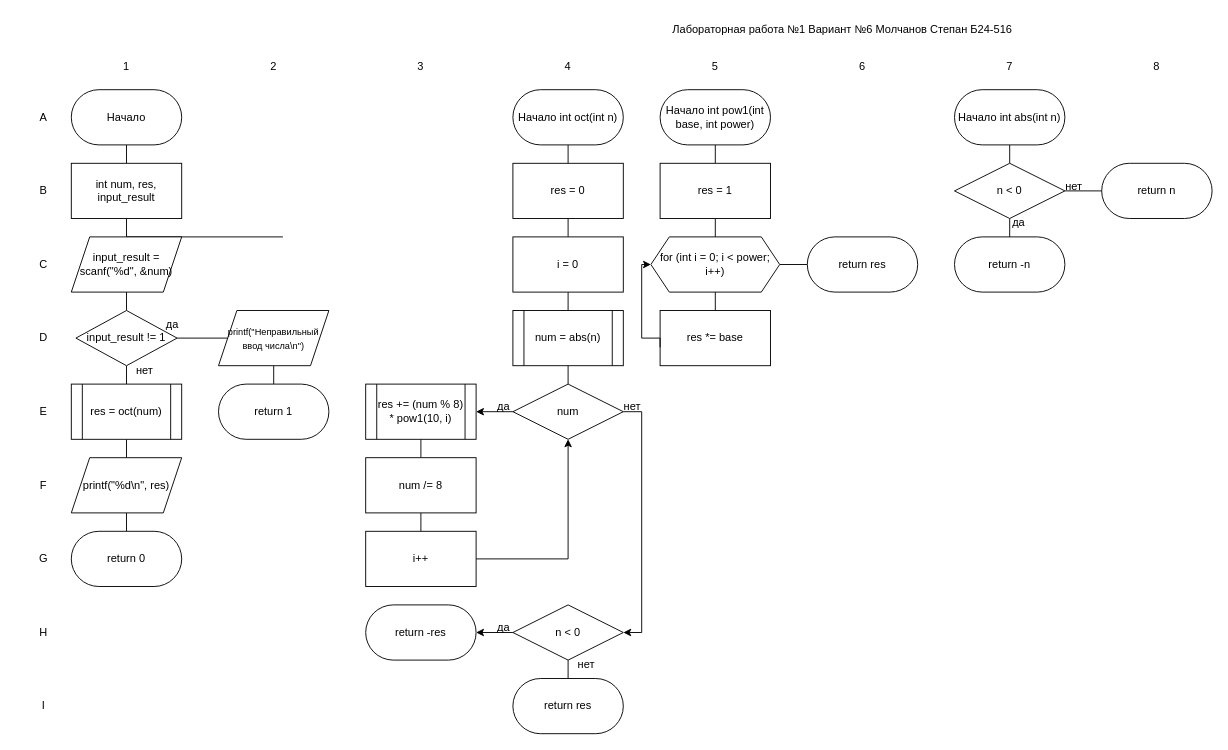
molchanov71/MEPhIflowcharts keeps this draw.io diagram as lab1/flowchart.drawio. Above is the earlier version. Source tidied: cells renumbered, new cells numbered last; positions are measured from the earlier drawing's top-left corner, leaving out a move shared by most shapes. Both pictures are drawn from the tidied source at 92%, with x=0, y=0 at pixel (16, 16).
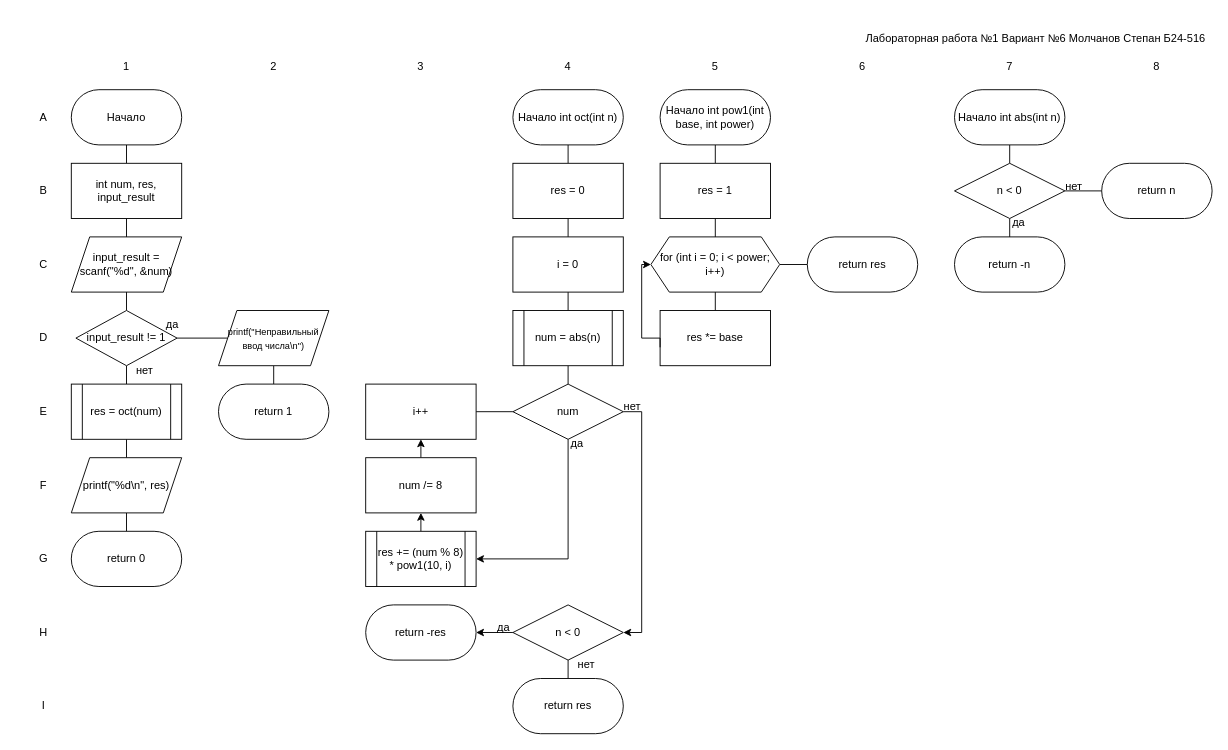
The same diagram, later.

Commit message:
лаба1 гост

Unchanged cells that the change refers to:
```xml
<mxCell id="9" value="num /= 8" style="rounded=0;whiteSpace=wrap;html=1;" parent="1" vertex="1">
  <mxGeometry x="380" y="480" width="120" height="60" as="geometry" />
</mxCell>
<mxCell id="23" value="num" style="rhombus;whiteSpace=wrap;html=1;" parent="1" vertex="1">
  <mxGeometry x="540" y="400" width="120" height="60" as="geometry" />
</mxCell>
<mxCell id="26" value="n &amp;lt; 0" style="rhombus;whiteSpace=wrap;html=1;" parent="1" vertex="1">
  <mxGeometry x="540" y="640" width="120" height="60" as="geometry" />
</mxCell>
```

What changed in the source:
```diff
@@
-    <mxCell id="6" style="edgeStyle=orthogonalEdgeStyle;rounded=0;jettySize=auto;html=1;exitX=0.5;exitY=1;exitDx=0;exitDy=0;entryX=0.5;entryY=0;entryDx=0;entryDy=0;endArrow=none;endFill=0;" parent="1" edge="1" source="7" target="9">
+    <mxCell id="6" style="edgeStyle=orthogonalEdgeStyle;rounded=0;jettySize=auto;html=1;exitX=0.5;exitY=0;exitDx=0;exitDy=0;entryX=0.5;entryY=1;entryDx=0;entryDy=0;endArrow=classic;endFill=1;" parent="1" edge="1" source="7" target="9">
       <mxGeometry relative="1" as="geometry" />
     </mxCell>
     <mxCell id="7" value="res += (num % 8) * pow1(10, i)" style="shape=process;whiteSpace=wrap;html=1;backgroundOutline=1;" parent="1" vertex="1">
-      <mxGeometry x="380" y="400" width="120" height="60" as="geometry" />
+      <mxGeometry x="380" y="560" width="120" height="60" as="geometry" />
     </mxCell>
-    <mxCell id="8" style="edgeStyle=orthogonalEdgeStyle;rounded=0;jettySize=auto;html=1;exitX=0.5;exitY=1;exitDx=0;exitDy=0;entryX=0.5;entryY=0;entryDx=0;entryDy=0;endArrow=none;endFill=0;" parent="1" edge="1" source="9" target="11">
+    <mxCell id="8" style="edgeStyle=orthogonalEdgeStyle;rounded=0;jettySize=auto;html=1;exitX=0.5;exitY=0;exitDx=0;exitDy=0;entryX=0.5;entryY=1;entryDx=0;entryDy=0;" parent="1" edge="1" source="9" target="11">
       <mxGeometry relative="1" as="geometry" />
     </mxCell>
@@
-    <mxCell id="10" style="edgeStyle=orthogonalEdgeStyle;rounded=0;jettySize=auto;html=1;exitX=1;exitY=0.5;exitDx=0;exitDy=0;entryX=0.5;entryY=1;entryDx=0;entryDy=0;" parent="1" edge="1" source="11" target="23">
+    <mxCell id="10" style="edgeStyle=orthogonalEdgeStyle;rounded=0;jettySize=auto;html=1;exitX=1;exitY=0.5;exitDx=0;exitDy=0;entryX=0;entryY=0.5;entryDx=0;entryDy=0;endArrow=none;endFill=0;" parent="1" edge="1" source="11" target="23">
       <mxGeometry relative="1" as="geometry" />
     </mxCell>
     <mxCell id="11" value="i++" style="rounded=0;whiteSpace=wrap;html=1;" parent="1" vertex="1">
-      <mxGeometry x="380" y="560" width="120" height="60" as="geometry" />
+      <mxGeometry x="380" y="400" width="120" height="60" as="geometry" />
     </mxCell>
@@
+    <mxCell id="22" style="edgeStyle=orthogonalEdgeStyle;rounded=0;jettySize=auto;html=1;exitX=1;exitY=0.5;exitDx=0;exitDy=0;entryX=1;entryY=0.5;entryDx=0;entryDy=0;" parent="1" edge="1" source="23" target="26">
+      <mxGeometry relative="1" as="geometry" />
+    </mxCell>
-    <mxCell id="21" style="edgeStyle=orthogonalEdgeStyle;rounded=0;jettySize=auto;html=1;exitX=0;exitY=0.5;exitDx=0;exitDy=0;entryX=1;entryY=0.5;entryDx=0;entryDy=0;" parent="1" edge="1" source="23" target="7">
+    <mxCell id="21" style="edgeStyle=orthogonalEdgeStyle;rounded=0;jettySize=auto;html=1;exitX=0.5;exitY=1;exitDx=0;exitDy=0;entryX=1;entryY=0.5;entryDx=0;entryDy=0;" parent="1" edge="1" source="23" target="7">
       <mxGeometry relative="1" as="geometry" />
     </mxCell>
-    <mxCell id="22" style="edgeStyle=orthogonalEdgeStyle;rounded=0;jettySize=auto;html=1;exitX=1;exitY=0.5;exitDx=0;exitDy=0;entryX=1;entryY=0.5;entryDx=0;entryDy=0;" parent="1" edge="1" source="23" target="26">
-      <mxGeometry relative="1" as="geometry" />
-    </mxCell>
@@
-    <mxCell id="44" style="endArrow=none;html=1;rounded=0;entryX=0.5;entryY=1;entryDx=0;entryDy=0;exitX=0.5;exitY=0;exitDx=0;exitDy=0;" parent="1" edge="1">
-      <mxGeometry relative="1" as="geometry">
-        <mxPoint x="120" y="240" as="sourcePoint" />
-        <mxPoint x="290" y="240" as="targetPoint" />
-      </mxGeometry>
-    </mxCell>
@@
     <mxCell id="62" value="Лабораторная работа №1 Вариант №6 Молчанов Степан Б24-516&amp;nbsp;" style="text;html=1;align=center;verticalAlign=middle;whiteSpace=wrap;rounded=0;" parent="1" vertex="1">
-      <mxGeometry x="710" width="380" height="30" as="geometry" />
+      <mxGeometry x="920" y="10" width="380" height="30" as="geometry" />
     </mxCell>
     <mxCell id="63" value="да" style="text;html=1;align=center;verticalAlign=middle;whiteSpace=wrap;rounded=0;" parent="1" vertex="1">
-      <mxGeometry x="500" y="410" width="60" height="30" as="geometry" />
+      <mxGeometry x="580" y="450" width="60" height="30" as="geometry" />
     </mxCell>
```
